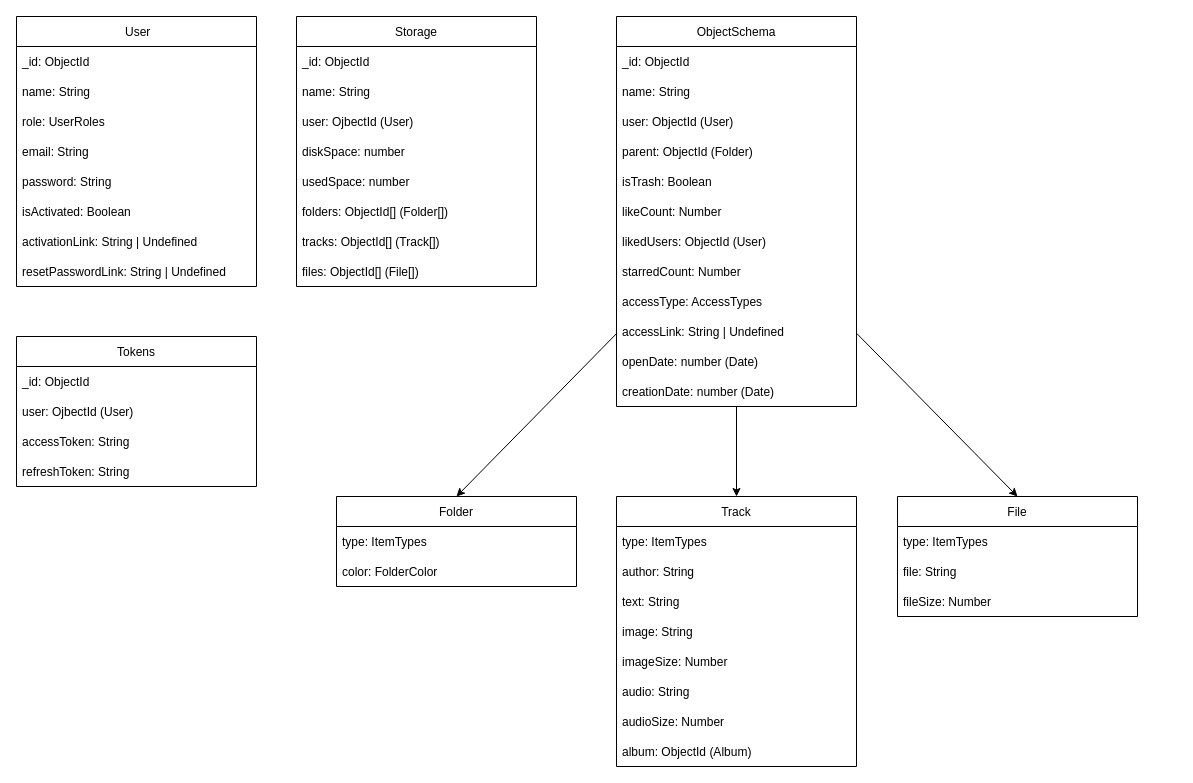
Before: page "База данных" (2 of 3) of project.drawio in WheatleyCODE/storage-server, a draw.io diagram. Source tidied: cells renumbered, new cells numbered last; positions are measured from the earlier drawing's top-left corner, leaving out a move shared by most shapes. Both pictures are drawn from the tidied source at 100%, with x=0, y=0 at pixel (16, 16).
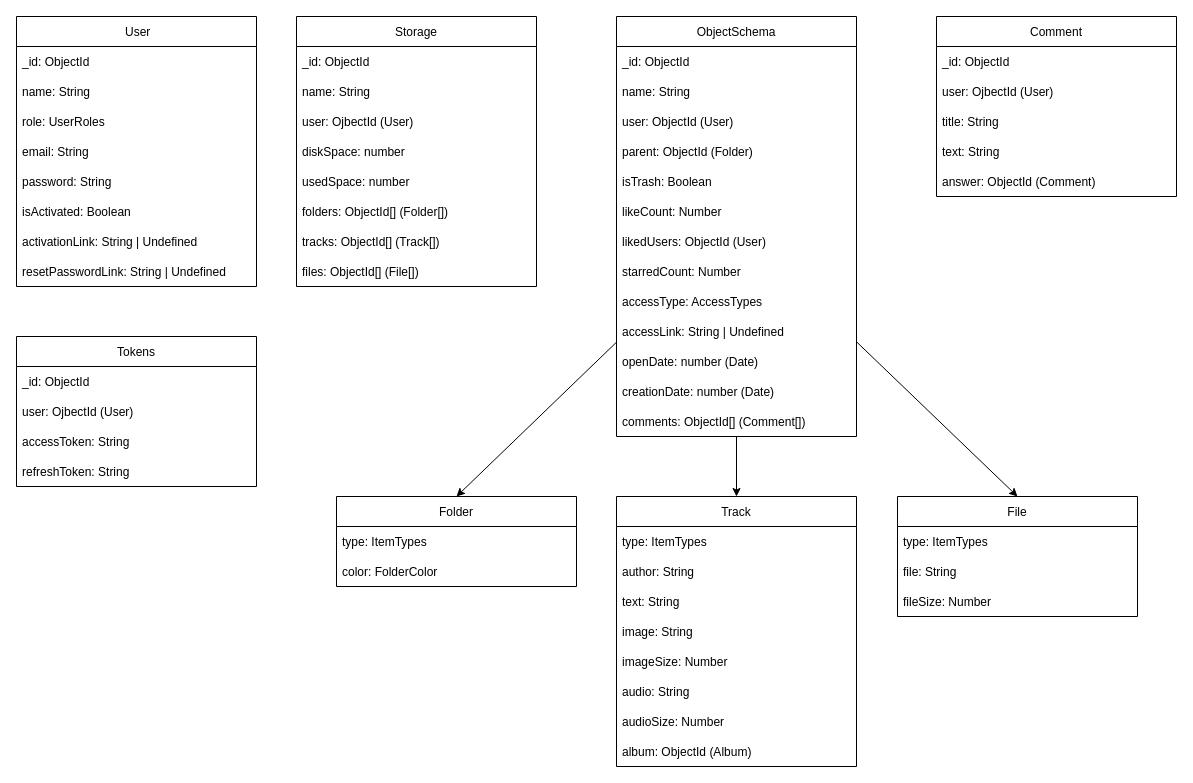
Above is the later version.

Change to the diagram source:
```diff
@@
     <mxCell id="31" value="ObjectSchema" style="swimlane;fontStyle=0;horizontal=1;startSize=30;" parent="1" vertex="1">
-      <mxGeometry x="600" width="240" height="390" as="geometry" />
+      <mxGeometry x="600" width="240" height="420" as="geometry" />
     </mxCell>
@@
+    <mxCell id="57" value="comments: ObjectId[] (Comment[])" style="text;strokeColor=none;fillColor=none;align=left;verticalAlign=middle;spacingLeft=4;spacingRight=4;overflow=hidden;" parent="31" vertex="1">
+      <mxGeometry y="390" width="240" height="30" as="geometry" />
+    </mxCell>
@@
+    <mxCell id="58" value="Comment" style="swimlane;fontStyle=0;horizontal=1;startSize=30;" parent="1" vertex="1">
+      <mxGeometry x="920" width="240" height="180" as="geometry" />
+    </mxCell>
+    <mxCell id="59" value="_id: ObjectId" style="text;strokeColor=none;fillColor=none;align=left;verticalAlign=middle;spacingLeft=4;spacingRight=4;overflow=hidden;" parent="58" vertex="1">
+      <mxGeometry y="30" width="240" height="30" as="geometry" />
+    </mxCell>
+    <mxCell id="60" value="user: OjbectId (User)" style="text;strokeColor=none;fillColor=none;align=left;verticalAlign=middle;spacingLeft=4;spacingRight=4;overflow=hidden;" parent="58" vertex="1">
+      <mxGeometry y="60" width="240" height="30" as="geometry" />
+    </mxCell>
+    <mxCell id="61" value="title: String" style="text;strokeColor=none;fillColor=none;align=left;verticalAlign=middle;spacingLeft=4;spacingRight=4;overflow=hidden;" parent="58" vertex="1">
+      <mxGeometry y="90" width="240" height="30" as="geometry" />
+    </mxCell>
+    <mxCell id="62" value="text: String" style="text;strokeColor=none;fillColor=none;align=left;verticalAlign=middle;spacingLeft=4;spacingRight=4;overflow=hidden;" parent="58" vertex="1">
+      <mxGeometry y="120" width="240" height="30" as="geometry" />
+    </mxCell>
+    <mxCell id="63" value="answer: ObjectId (Comment)" style="text;strokeColor=none;fillColor=none;align=left;verticalAlign=middle;spacingLeft=4;spacingRight=4;overflow=hidden;" parent="58" vertex="1">
+      <mxGeometry y="150" width="240" height="30" as="geometry" />
+    </mxCell>
```
